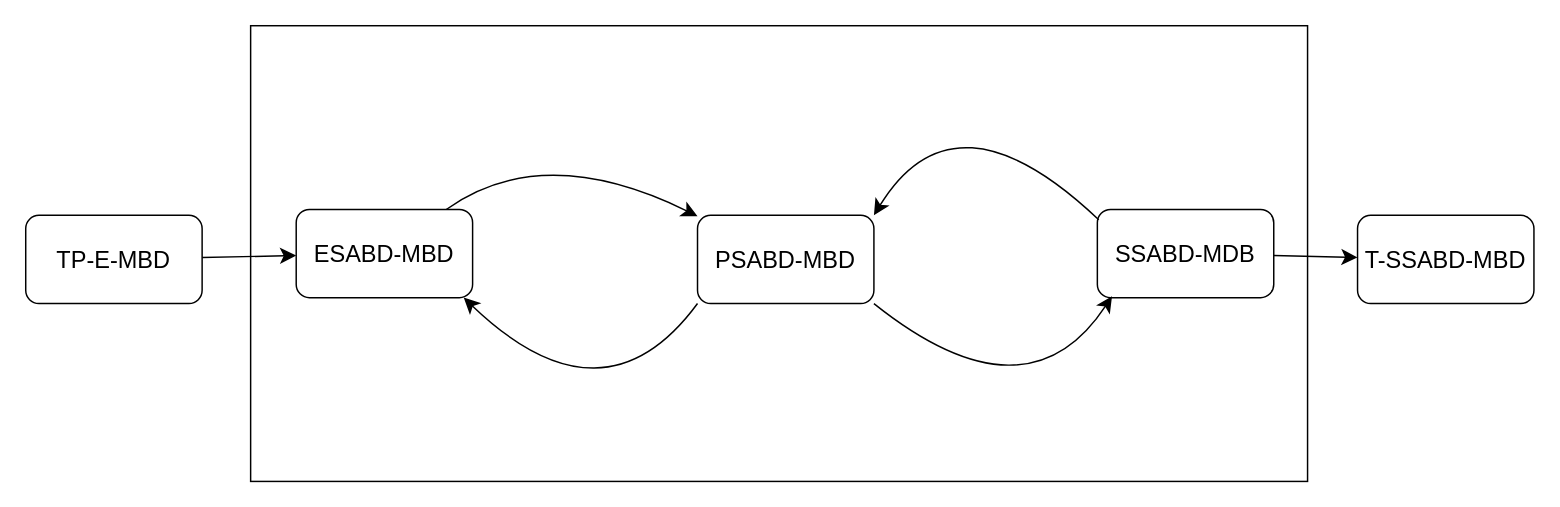
The draw.io diagram Examen1MV.drawio in EstebanGitPro/AdminFinanazas, before the edit. Source tidied: cells renumbered, new cells numbered last; positions are measured from the earlier drawing's top-left corner, leaving out a move shared by most shapes. Both pictures are drawn from the tidied source at 147%, with x=0, y=0 at pixel (25, 25).
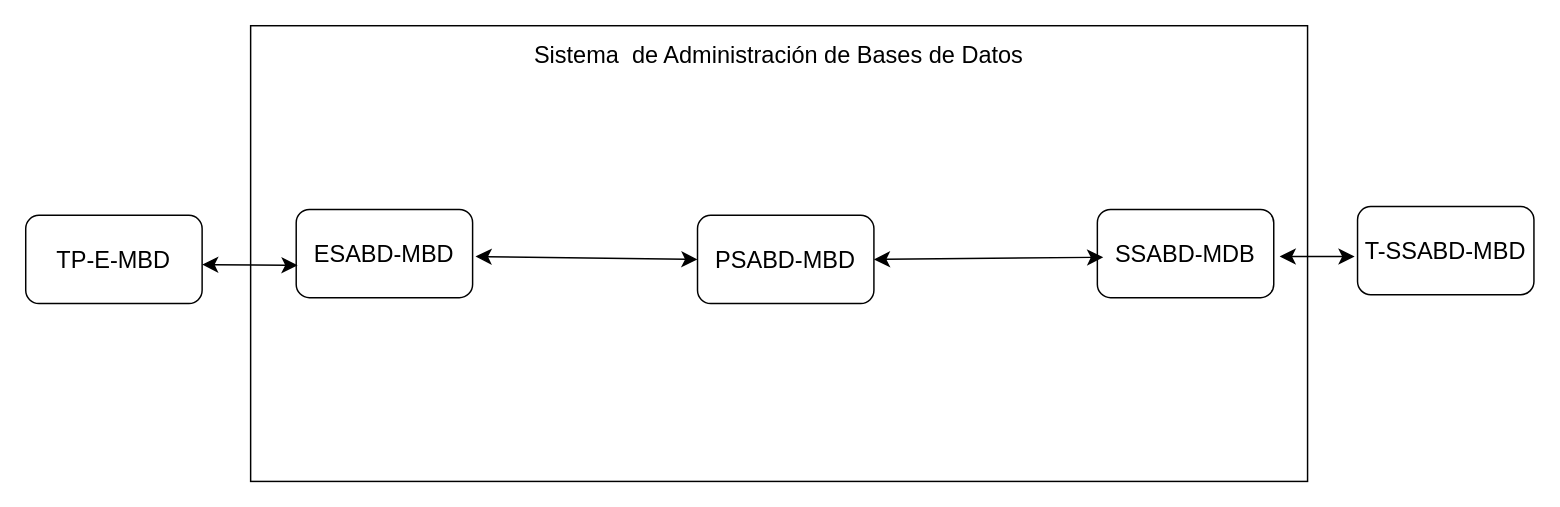
After the change.

What changed in the source:
```diff
@@
 <mxGraphModel>
   <root>
     <mxCell id="0" />
     <mxCell id="1" parent="0" />
     <mxCell id="2" style="rounded=0;whiteSpace=wrap;html=1;fontSize=16;" parent="1" vertex="1">
       <mxGeometry x="153" width="719" height="310" as="geometry" />
     </mxCell>
     <mxCell id="3" value="ESABD-MBD" style="rounded=1;whiteSpace=wrap;html=1;fontSize=16;" parent="1" vertex="1">
       <mxGeometry x="184" y="125" width="120" height="60" as="geometry" />
     </mxCell>
     <mxCell id="4" value="PSABD-MBD" style="rounded=1;whiteSpace=wrap;html=1;fontSize=16;" parent="1" vertex="1">
       <mxGeometry x="457" y="129" width="120" height="60" as="geometry" />
     </mxCell>
-    <mxCell id="5" style="edgeStyle=none;curved=1;rounded=0;jettySize=auto;html=1;fontSize=12;startSize=8;endSize=8;" parent="1" edge="1" source="6" target="13">
-      <mxGeometry relative="1" as="geometry" />
-    </mxCell>
     <mxCell id="6" value="SSABD-MDB" style="rounded=1;whiteSpace=wrap;html=1;fontSize=16;" parent="1" vertex="1">
       <mxGeometry x="729" y="125" width="120" height="60" as="geometry" />
     </mxCell>
-    <mxCell id="7" style="edgeStyle=none;curved=1;rounded=0;jettySize=auto;html=1;fontSize=12;startSize=8;endSize=8;" parent="1" edge="1" source="8" target="3">
-      <mxGeometry relative="1" as="geometry" />
-    </mxCell>
     <mxCell id="8" value="TP-E-MBD" style="rounded=1;whiteSpace=wrap;html=1;fontSize=16;" parent="1" vertex="1">
       <mxGeometry y="129" width="120" height="60" as="geometry" />
     </mxCell>
-    <mxCell id="9" style="endArrow=classic;html=1;rounded=0;fontSize=12;startSize=8;endSize=8;curved=1;" parent="1" edge="1" source="3" target="4">
-      <mxGeometry relative="1" as="geometry">
-        <Array as="points">
-          <mxPoint x="352" y="78" />
-        </Array>
-      </mxGeometry>
-    </mxCell>
-    <mxCell id="10" style="endArrow=classic;html=1;rounded=0;fontSize=12;startSize=8;endSize=8;curved=1;entryX=0.95;entryY=1;entryDx=0;entryDy=0;entryPerimeter=0;exitX=0;exitY=1;exitDx=0;exitDy=0;" parent="1" edge="1" source="4" target="3">
-      <mxGeometry relative="1" as="geometry">
-        <Array as="points">
-          <mxPoint x="393" y="276" />
-        </Array>
-      </mxGeometry>
-    </mxCell>
-    <mxCell id="11" style="endArrow=classic;html=1;rounded=0;fontSize=12;startSize=8;endSize=8;curved=1;exitX=1;exitY=1;exitDx=0;exitDy=0;entryX=0.083;entryY=0.983;entryDx=0;entryDy=0;entryPerimeter=0;" parent="1" edge="1" source="4" target="6">
-      <mxGeometry relative="1" as="geometry">
-        <Array as="points">
-          <mxPoint x="681" y="272" />
-        </Array>
-      </mxGeometry>
-    </mxCell>
-    <mxCell id="12" style="endArrow=classic;html=1;rounded=0;fontSize=12;startSize=8;endSize=8;curved=1;exitX=0.008;exitY=0.117;exitDx=0;exitDy=0;exitPerimeter=0;entryX=1;entryY=0;entryDx=0;entryDy=0;" parent="1" edge="1" source="6" target="4">
-      <mxGeometry relative="1" as="geometry">
-        <Array as="points">
-          <mxPoint x="632" y="39" />
-        </Array>
-      </mxGeometry>
-    </mxCell>
     <mxCell id="13" value="T-SSABD-MBD" style="rounded=1;whiteSpace=wrap;html=1;fontSize=16;" parent="1" vertex="1">
-      <mxGeometry x="906" y="129" width="120" height="60" as="geometry" />
+      <mxGeometry x="906" y="123" width="120" height="60" as="geometry" />
     </mxCell>
+    <mxCell id="14" style="endArrow=classic;startArrow=classic;html=1;rounded=0;fontSize=12;startSize=8;endSize=8;curved=1;entryX=0;entryY=0.5;entryDx=0;entryDy=0;" parent="1" edge="1" target="4">
+      <mxGeometry relative="1" as="geometry">
+        <mxPoint x="306" y="157" as="sourcePoint" />
+      </mxGeometry>
+    </mxCell>
+    <mxCell id="15" style="endArrow=classic;startArrow=classic;html=1;rounded=0;fontSize=12;startSize=8;endSize=8;curved=1;entryX=0.025;entryY=0.383;entryDx=0;entryDy=0;entryPerimeter=0;exitX=1;exitY=0.5;exitDx=0;exitDy=0;" parent="1" edge="1" source="4">
+      <mxGeometry relative="1" as="geometry">
+        <mxPoint x="733" y="157.5" as="targetPoint" />
+      </mxGeometry>
+    </mxCell>
+    <mxCell id="16" style="endArrow=classic;startArrow=classic;html=1;rounded=0;fontSize=12;startSize=8;endSize=8;curved=1;entryX=0.008;entryY=0.633;entryDx=0;entryDy=0;entryPerimeter=0;" parent="1" edge="1" target="3">
+      <mxGeometry relative="1" as="geometry">
+        <mxPoint x="120" y="162.5" as="sourcePoint" />
+      </mxGeometry>
+    </mxCell>
+    <mxCell id="17" style="endArrow=classic;startArrow=classic;html=1;rounded=0;fontSize=12;startSize=8;endSize=8;curved=1;entryX=0.025;entryY=0.383;entryDx=0;entryDy=0;entryPerimeter=0;" parent="1" edge="1">
+      <mxGeometry relative="1" as="geometry">
+        <mxPoint x="853" y="157" as="sourcePoint" />
+        <mxPoint x="904" y="157" as="targetPoint" />
+      </mxGeometry>
+    </mxCell>
+    <mxCell id="18" value="Sistema&amp;nbsp; de Administración de Bases de Datos" style="text;html=1;strokeColor=none;fillColor=none;align=center;verticalAlign=middle;whiteSpace=wrap;rounded=0;fontSize=16;" parent="1" vertex="1">
+      <mxGeometry x="330.2" y="7" width="364.5" height="25" as="geometry" />
+    </mxCell>
   </root>
 </mxGraphModel>
```
